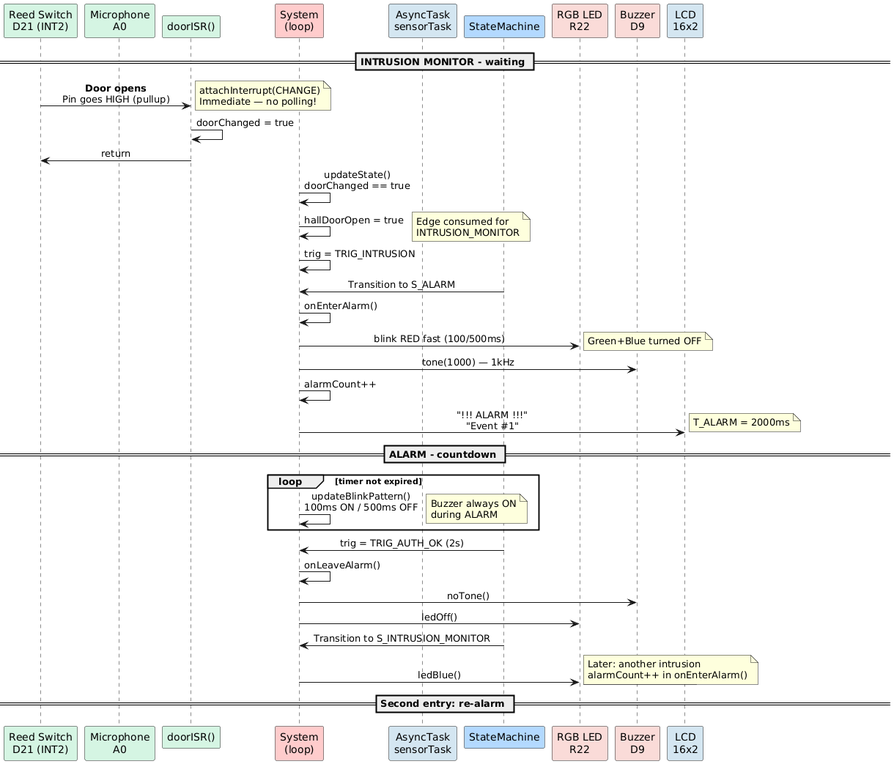
Before: docs/UML/IntrusionAlarm.png, a diagram exported from PlantUML (FernandoMulato/Final-Arduino-Project).
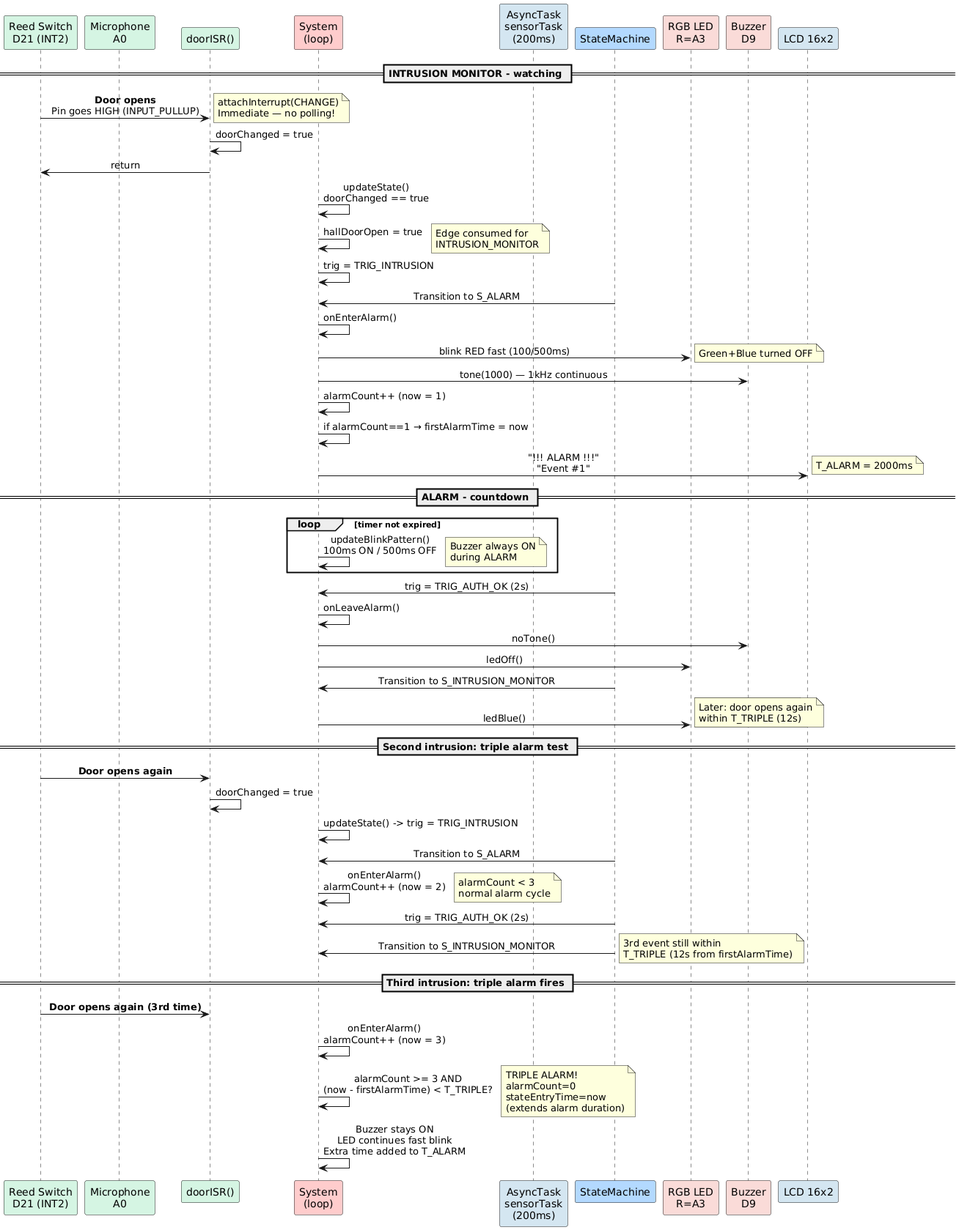
After the commit.

Diff of the diagram source:
```diff
@@ -8,16 +8,16 @@
 participant "Microphone\nA0" as MIC #D5F5E3
 participant "doorISR()" as ISR #D5F5E3
 participant "System\n(loop)" as SYS #FFCCCC
-participant "AsyncTask\nsensorTask" as ASYNC #D4E6F1
+participant "AsyncTask\nsensorTask\n(200ms)" as ASYNC #D4E6F1
 participant "StateMachine" as FSM #B3D9FF
-participant "RGB LED\nR22" as RGB #FADBD8
+participant "RGB LED\nR=A3" as RGB #FADBD8
 participant "Buzzer\nD9" as BUZ #FADBD8
-participant "LCD\n16x2" as LCD #D4E6F1
+participant "LCD 16x2" as LCD #D4E6F1
 
-== INTRUSION MONITOR - waiting ==
-note right: State S_INTRUSION_MONITOR\nLED: blue\nLCD: "MONITOR SEC"\n"Door: CLOSED"
+== INTRUSION MONITOR - watching ==
+note right: State S_INTRUSION_MONITOR\nLED: blue\nLCD: "MONITOR SEC"\n"Door: CLOSED"\nalarmCount=0
 
-REED -> ISR: **Door opens**\nPin goes HIGH (pullup)
+REED -> ISR: **Door opens**\nPin goes HIGH (INPUT_PULLUP)
 note right: attachInterrupt(CHANGE)\nImmediate — no polling!
 ISR -> ISR: doorChanged = true
 ISR -> REED: return
@@ -31,8 +31,9 @@
 SYS -> SYS: onEnterAlarm()
 SYS -> RGB: blink RED fast (100/500ms)
 note right: Green+Blue turned OFF
-SYS -> BUZ: tone(1000) — 1kHz
-SYS -> SYS: alarmCount++
+SYS -> BUZ: tone(1000) — 1kHz continuous
+SYS -> SYS: alarmCount++ (now = 1)
+SYS -> SYS: if alarmCount==1 → firstAlarmTime = now
 SYS -> LCD: "!!! ALARM !!!"\n"Event #1"
 
 == ALARM - countdown ==
@@ -52,7 +53,26 @@
 SYS -> RGB: ledBlue()
 note right: alarmCount = 1\nready for next event
 
-== Second entry: re-alarm ==
-note right: Later: another intrusion\nalarmCount++ in onEnterAlarm()
+== Second intrusion: triple alarm test ==
+note right: Later: door opens again\nwithin T_TRIPLE (12s)
+
+REED -> ISR: **Door opens again**
+ISR -> ISR: doorChanged = true
+SYS -> SYS: updateState() -> trig = TRIG_INTRUSION
+FSM -> SYS: Transition to S_ALARM
+SYS -> SYS: onEnterAlarm()\nalarmCount++ (now = 2)
+note right: alarmCount < 3\nnormal alarm cycle
+
+FSM -> SYS: trig = TRIG_AUTH_OK (2s)
+FSM -> SYS: Transition to S_INTRUSION_MONITOR
+
+== Third intrusion: triple alarm fires ==
+note right: 3rd event still within\nT_TRIPLE (12s from firstAlarmTime)
+
+REED -> ISR: **Door opens again (3rd time)**
+SYS -> SYS: onEnterAlarm()\nalarmCount++ (now = 3)
+SYS -> SYS: alarmCount >= 3 AND\n(now - firstAlarmTime) < T_TRIPLE?
+note right: TRIPLE ALARM!\nalarmCount=0\nstateEntryTime=now\n(extends alarm duration)
+SYS -> SYS: Buzzer stays ON\nLED continues fast blink\nExtra time added to T_ALARM
 
 @enduml
```
